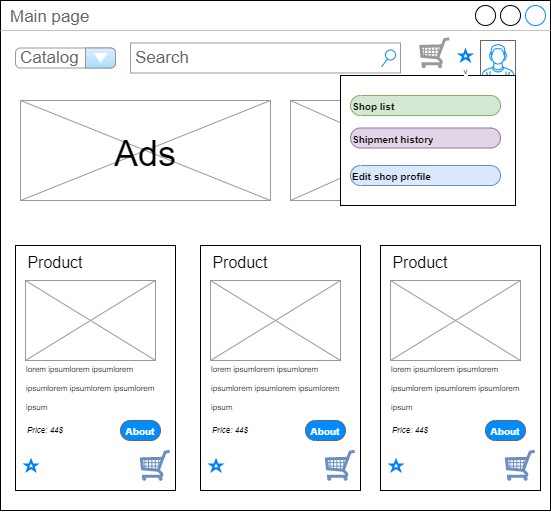
vovanshil95/Web-Project keeps this draw.io diagram as design_stage/design/d19.png. Above is the earlier version. Source tidied: cells renumbered, new cells last; positions are measured from the earlier drawing's top-left corner, leaving out a move shared by most shapes. The source it was exported from:
```xml
<mxGraphModel>
  <root>
    <mxCell id="0" />
    <mxCell id="1" parent="0" />
    <mxCell id="2" value="Main page" style="strokeWidth=1;shadow=0;dashed=0;align=center;html=1;shape=mxgraph.mockup.containers.window;align=left;verticalAlign=top;spacingLeft=8;strokeColor2=#008cff;strokeColor3=#c4c4c4;fontColor=#666666;mainText=;fontSize=17;labelBackgroundColor=none;" parent="1" vertex="1">
      <mxGeometry width="550" height="510" as="geometry" />
    </mxCell>
    <mxCell id="3" value="Search" style="strokeWidth=1;shadow=0;dashed=0;align=center;html=1;shape=mxgraph.mockup.forms.searchBox;strokeColor=#999999;mainText=;strokeColor2=#008cff;fontColor=#666666;fontSize=17;align=left;spacingLeft=3;" parent="1" vertex="1">
      <mxGeometry x="130" y="42.5" width="270" height="30" as="geometry" />
    </mxCell>
    <mxCell id="4" style="verticalLabelPosition=bottom;shadow=0;dashed=0;align=center;html=1;verticalAlign=top;strokeWidth=1;shape=mxgraph.mockup.containers.userMale;strokeColor=#666666;strokeColor2=#008cff;fontSize=10;fontColor=#FFFFFF;" parent="1" vertex="1">
      <mxGeometry x="480" y="40" width="35" height="35" as="geometry" />
    </mxCell>
    <mxCell id="5" style="verticalLabelPosition=bottom;shadow=0;dashed=0;align=center;html=1;verticalAlign=top;strokeWidth=1;shape=mxgraph.mockup.graphics.simpleIcon;strokeColor=#999999;fillColor=#ffffff;fontSize=10;fontColor=#FFFFFF;" parent="1" vertex="1">
      <mxGeometry x="290" y="100" width="225" height="100" as="geometry" />
    </mxCell>
    <mxCell id="6" value="ee" style="verticalLabelPosition=bottom;shadow=0;dashed=0;align=center;html=1;verticalAlign=top;strokeWidth=1;shape=mxgraph.mockup.graphics.simpleIcon;strokeColor=#999999;fillColor=#ffffff;fontSize=10;fontColor=#FFFFFF;" parent="1" vertex="1">
      <mxGeometry x="20" y="100" width="250" height="100" as="geometry" />
    </mxCell>
    <mxCell id="7" value="&lt;font color=&quot;#000000&quot; style=&quot;font-size: 36px&quot;&gt;Ads&lt;/font&gt;" style="text;html=1;strokeColor=none;fillColor=none;align=center;verticalAlign=middle;whiteSpace=wrap;rounded=0;fontSize=10;fontColor=#FFFFFF;" parent="1" vertex="1">
      <mxGeometry x="115" y="137.5" width="60" height="30" as="geometry" />
    </mxCell>
    <mxCell id="8" value="&lt;font color=&quot;#000000&quot; style=&quot;font-size: 36px&quot;&gt;Ads&lt;/font&gt;" style="text;html=1;strokeColor=none;fillColor=none;align=center;verticalAlign=middle;whiteSpace=wrap;rounded=0;fontSize=10;fontColor=#FFFFFF;" parent="1" vertex="1">
      <mxGeometry x="372.5" y="132.5" width="60" height="35" as="geometry" />
    </mxCell>
    <mxCell id="9" style="group;" parent="1" vertex="1">
      <mxGeometry x="15" y="240" width="160" height="250" as="geometry" />
    </mxCell>
    <mxCell id="10" style="rounded=0;whiteSpace=wrap;html=1;fontSize=36;fontColor=#000000;" parent="9" vertex="1">
      <mxGeometry y="5" width="160" height="245" as="geometry" />
    </mxCell>
    <mxCell id="11" value="ee" style="verticalLabelPosition=bottom;shadow=0;dashed=0;align=center;html=1;verticalAlign=top;strokeWidth=1;shape=mxgraph.mockup.graphics.simpleIcon;strokeColor=#999999;fillColor=#ffffff;fontSize=10;fontColor=#FFFFFF;" parent="9" vertex="1">
      <mxGeometry x="10" y="40" width="130" height="80" as="geometry" />
    </mxCell>
    <mxCell id="12" value="&lt;font style=&quot;font-size: 16px&quot;&gt;Product&lt;/font&gt;" style="text;html=1;strokeColor=none;fillColor=none;align=center;verticalAlign=middle;whiteSpace=wrap;rounded=0;fontSize=36;fontColor=#000000;" parent="9" vertex="1">
      <mxGeometry x="10" width="60" height="30" as="geometry" />
    </mxCell>
    <mxCell id="13" value="&lt;div style=&quot;text-align: left&quot;&gt;&lt;span style=&quot;font-size: 8px&quot;&gt;lorem ipsum&lt;/span&gt;&lt;span style=&quot;font-size: 8px&quot;&gt;lorem ipsumlorem ipsumlorem ipsumlorem ipsumlorem ipsum&lt;/span&gt;&lt;/div&gt;" style="text;html=1;strokeColor=none;fillColor=none;align=center;verticalAlign=middle;whiteSpace=wrap;rounded=0;fontSize=16;fontColor=#000000;" parent="9" vertex="1">
      <mxGeometry x="10" y="110" width="150" height="70" as="geometry" />
    </mxCell>
    <mxCell id="14" style="html=1;verticalLabelPosition=bottom;align=center;labelBackgroundColor=#ffffff;verticalAlign=top;strokeWidth=2;strokeColor=#0080F0;shadow=0;dashed=0;shape=mxgraph.ios7.icons.star;fontSize=8;fontColor=#000000;" parent="9" vertex="1">
      <mxGeometry x="10" y="220" width="11.1" height="10" as="geometry" />
    </mxCell>
    <mxCell id="15" style="verticalLabelPosition=bottom;shadow=0;dashed=0;align=center;html=1;verticalAlign=top;strokeWidth=1;shape=mxgraph.mockup.misc.shoppingCart;strokeColor=#6c8ebf;fontSize=10;fillColor=#dae8fc;" parent="9" vertex="1">
      <mxGeometry x="125" y="210" width="30" height="30" as="geometry" />
    </mxCell>
    <mxCell id="16" value="&lt;i&gt;Priсe: 44$&lt;/i&gt;" style="text;html=1;strokeColor=none;fillColor=none;align=left;verticalAlign=middle;whiteSpace=wrap;rounded=0;fontSize=8;fontColor=#000000;" parent="9" vertex="1">
      <mxGeometry x="10" y="180" width="60" height="20" as="geometry" />
    </mxCell>
    <mxCell id="17" value="&lt;font style=&quot;font-size: 10px&quot;&gt;About&lt;/font&gt;" style="strokeWidth=1;shadow=0;dashed=0;align=center;html=1;shape=mxgraph.mockup.buttons.button;strokeColor=#666666;fontColor=#ffffff;mainText=;buttonStyle=round;fontSize=17;fontStyle=1;fillColor=#008cff;whiteSpace=wrap;" parent="9" vertex="1">
      <mxGeometry x="105" y="180" width="40" height="20" as="geometry" />
    </mxCell>
    <mxCell id="18" style="group;" parent="1" vertex="1">
      <mxGeometry x="200" y="240" width="160" height="250" as="geometry" />
    </mxCell>
    <mxCell id="19" style="rounded=0;whiteSpace=wrap;html=1;fontSize=36;fontColor=#000000;" parent="18" vertex="1">
      <mxGeometry y="5" width="160" height="245" as="geometry" />
    </mxCell>
    <mxCell id="20" value="ee" style="verticalLabelPosition=bottom;shadow=0;dashed=0;align=center;html=1;verticalAlign=top;strokeWidth=1;shape=mxgraph.mockup.graphics.simpleIcon;strokeColor=#999999;fillColor=#ffffff;fontSize=10;fontColor=#FFFFFF;" parent="18" vertex="1">
      <mxGeometry x="10" y="40" width="130" height="80" as="geometry" />
    </mxCell>
    <mxCell id="21" value="&lt;font style=&quot;font-size: 16px&quot;&gt;Product&lt;/font&gt;" style="text;html=1;strokeColor=none;fillColor=none;align=center;verticalAlign=middle;whiteSpace=wrap;rounded=0;fontSize=36;fontColor=#000000;" parent="18" vertex="1">
      <mxGeometry x="10" width="60" height="30" as="geometry" />
    </mxCell>
    <mxCell id="22" value="&lt;div style=&quot;text-align: left&quot;&gt;&lt;span style=&quot;font-size: 8px&quot;&gt;lorem ipsum&lt;/span&gt;&lt;span style=&quot;font-size: 8px&quot;&gt;lorem ipsumlorem ipsumlorem ipsumlorem ipsumlorem ipsum&lt;/span&gt;&lt;/div&gt;" style="text;html=1;strokeColor=none;fillColor=none;align=center;verticalAlign=middle;whiteSpace=wrap;rounded=0;fontSize=16;fontColor=#000000;" parent="18" vertex="1">
      <mxGeometry x="10" y="110" width="150" height="70" as="geometry" />
    </mxCell>
    <mxCell id="23" style="html=1;verticalLabelPosition=bottom;align=center;labelBackgroundColor=#ffffff;verticalAlign=top;strokeWidth=2;strokeColor=#0080F0;shadow=0;dashed=0;shape=mxgraph.ios7.icons.star;fontSize=8;fontColor=#000000;" parent="18" vertex="1">
      <mxGeometry x="10" y="220" width="11.1" height="10" as="geometry" />
    </mxCell>
    <mxCell id="24" style="verticalLabelPosition=bottom;shadow=0;dashed=0;align=center;html=1;verticalAlign=top;strokeWidth=1;shape=mxgraph.mockup.misc.shoppingCart;strokeColor=#6c8ebf;fontSize=10;fillColor=#dae8fc;" parent="18" vertex="1">
      <mxGeometry x="125" y="210" width="30" height="30" as="geometry" />
    </mxCell>
    <mxCell id="25" value="&lt;i&gt;Priсe: 44$&lt;/i&gt;" style="text;html=1;strokeColor=none;fillColor=none;align=left;verticalAlign=middle;whiteSpace=wrap;rounded=0;fontSize=8;fontColor=#000000;" parent="18" vertex="1">
      <mxGeometry x="10" y="180" width="60" height="20" as="geometry" />
    </mxCell>
    <mxCell id="26" value="&lt;font style=&quot;font-size: 10px&quot;&gt;About&lt;/font&gt;" style="strokeWidth=1;shadow=0;dashed=0;align=center;html=1;shape=mxgraph.mockup.buttons.button;strokeColor=#666666;fontColor=#ffffff;mainText=;buttonStyle=round;fontSize=17;fontStyle=1;fillColor=#008cff;whiteSpace=wrap;" parent="18" vertex="1">
      <mxGeometry x="105" y="180" width="40" height="20" as="geometry" />
    </mxCell>
    <mxCell id="27" style="group;" parent="1" vertex="1">
      <mxGeometry x="380" y="240" width="160" height="250" as="geometry" />
    </mxCell>
    <mxCell id="28" style="rounded=0;whiteSpace=wrap;html=1;fontSize=36;fontColor=#000000;" parent="27" vertex="1">
      <mxGeometry y="5" width="160" height="245" as="geometry" />
    </mxCell>
    <mxCell id="29" value="ee" style="verticalLabelPosition=bottom;shadow=0;dashed=0;align=center;html=1;verticalAlign=top;strokeWidth=1;shape=mxgraph.mockup.graphics.simpleIcon;strokeColor=#999999;fillColor=#ffffff;fontSize=10;fontColor=#FFFFFF;" parent="27" vertex="1">
      <mxGeometry x="10" y="40" width="130" height="80" as="geometry" />
    </mxCell>
    <mxCell id="30" value="&lt;font style=&quot;font-size: 16px&quot;&gt;Product&lt;/font&gt;" style="text;html=1;strokeColor=none;fillColor=none;align=center;verticalAlign=middle;whiteSpace=wrap;rounded=0;fontSize=36;fontColor=#000000;" parent="27" vertex="1">
      <mxGeometry x="10" width="60" height="30" as="geometry" />
    </mxCell>
    <mxCell id="31" value="&lt;div style=&quot;text-align: left&quot;&gt;&lt;span style=&quot;font-size: 8px&quot;&gt;lorem ipsum&lt;/span&gt;&lt;span style=&quot;font-size: 8px&quot;&gt;lorem ipsumlorem ipsumlorem ipsumlorem ipsumlorem ipsum&lt;/span&gt;&lt;/div&gt;" style="text;html=1;strokeColor=none;fillColor=none;align=center;verticalAlign=middle;whiteSpace=wrap;rounded=0;fontSize=16;fontColor=#000000;" parent="27" vertex="1">
      <mxGeometry x="10" y="110" width="150" height="70" as="geometry" />
    </mxCell>
    <mxCell id="32" style="html=1;verticalLabelPosition=bottom;align=center;labelBackgroundColor=#ffffff;verticalAlign=top;strokeWidth=2;strokeColor=#0080F0;shadow=0;dashed=0;shape=mxgraph.ios7.icons.star;fontSize=8;fontColor=#000000;" parent="27" vertex="1">
      <mxGeometry x="10" y="220" width="11.1" height="10" as="geometry" />
    </mxCell>
    <mxCell id="33" style="verticalLabelPosition=bottom;shadow=0;dashed=0;align=center;html=1;verticalAlign=top;strokeWidth=1;shape=mxgraph.mockup.misc.shoppingCart;strokeColor=#6c8ebf;fontSize=10;fillColor=#dae8fc;" parent="27" vertex="1">
      <mxGeometry x="125" y="210" width="30" height="30" as="geometry" />
    </mxCell>
    <mxCell id="34" value="&lt;i&gt;Priсe: 44$&lt;/i&gt;" style="text;html=1;strokeColor=none;fillColor=none;align=left;verticalAlign=middle;whiteSpace=wrap;rounded=0;fontSize=8;fontColor=#000000;" parent="27" vertex="1">
      <mxGeometry x="10" y="180" width="60" height="20" as="geometry" />
    </mxCell>
    <mxCell id="35" value="&lt;font style=&quot;font-size: 10px&quot;&gt;About&lt;/font&gt;" style="strokeWidth=1;shadow=0;dashed=0;align=center;html=1;shape=mxgraph.mockup.buttons.button;strokeColor=#666666;fontColor=#ffffff;mainText=;buttonStyle=round;fontSize=17;fontStyle=1;fillColor=#008cff;whiteSpace=wrap;" parent="27" vertex="1">
      <mxGeometry x="105" y="180" width="40" height="20" as="geometry" />
    </mxCell>
    <mxCell id="36" value="Catalog" style="strokeWidth=1;shadow=0;dashed=0;align=center;html=1;shape=mxgraph.mockup.forms.comboBox;strokeColor=#999999;fillColor=#ddeeff;align=left;fillColor2=#aaddff;mainText=;fontColor=#666666;fontSize=17;spacingLeft=3;" parent="1" vertex="1">
      <mxGeometry x="15" y="47.5" width="100" height="20" as="geometry" />
    </mxCell>
    <mxCell id="37" value="&lt;font color=&quot;#000000&quot; style=&quot;font-size: 36px&quot;&gt;Ads&lt;/font&gt;" style="text;html=1;strokeColor=none;fillColor=none;align=center;verticalAlign=middle;whiteSpace=wrap;rounded=0;fontSize=10;fontColor=#FFFFFF;" parent="1" vertex="1">
      <mxGeometry x="372.5" y="132.5" width="60" height="35" as="geometry" />
    </mxCell>
    <mxCell id="38" style="rounded=0;whiteSpace=wrap;html=1;fontSize=9;" parent="1" vertex="1">
      <mxGeometry x="340" y="75" width="175" height="130" as="geometry" />
    </mxCell>
    <mxCell id="39" value="&lt;span style=&quot;font-size: 10px&quot;&gt;Shop list&lt;/span&gt;" style="strokeWidth=1;shadow=0;dashed=0;align=left;html=1;shape=mxgraph.mockup.buttons.button;strokeColor=#82b366;mainText=;buttonStyle=round;fontSize=17;fontStyle=1;fillColor=#d5e8d4;whiteSpace=wrap;" parent="1" vertex="1">
      <mxGeometry x="350" y="95" width="150" height="20" as="geometry" />
    </mxCell>
    <mxCell id="40" value="&lt;font style=&quot;font-size: 10px&quot;&gt;Shipment history&lt;/font&gt;" style="strokeWidth=1;shadow=0;dashed=0;align=left;html=1;shape=mxgraph.mockup.buttons.button;strokeColor=#9673a6;mainText=;buttonStyle=round;fontSize=17;fontStyle=1;fillColor=#e1d5e7;whiteSpace=wrap;" parent="1" vertex="1">
      <mxGeometry x="350" y="127.5" width="150" height="20" as="geometry" />
    </mxCell>
    <mxCell id="41" value="&lt;font style=&quot;font-size: 10px&quot;&gt;Edit shop profile&lt;/font&gt;" style="strokeWidth=1;shadow=0;dashed=0;align=left;html=1;shape=mxgraph.mockup.buttons.button;strokeColor=#6c8ebf;mainText=;buttonStyle=round;fontSize=17;fontStyle=1;fillColor=#dae8fc;whiteSpace=wrap;" parent="1" vertex="1">
      <mxGeometry x="350" y="165" width="150" height="20" as="geometry" />
    </mxCell>
    <mxCell id="42" style="verticalLabelPosition=bottom;shadow=0;dashed=0;align=center;html=1;verticalAlign=top;strokeWidth=1;shape=mxgraph.mockup.misc.shoppingCart;strokeColor=#999999;fontSize=10;fontColor=#FFFFFF;" parent="1" vertex="1">
      <mxGeometry x="419.4" y="37.5" width="30" height="30" as="geometry" />
    </mxCell>
    <mxCell id="43" value="v" style="html=1;verticalLabelPosition=bottom;align=center;labelBackgroundColor=#ffffff;verticalAlign=top;strokeWidth=2;strokeColor=#0080F0;shadow=0;dashed=0;shape=mxgraph.ios7.icons.star;fontSize=8;fontColor=#000000;" parent="1" vertex="1">
      <mxGeometry x="459.4" y="50" width="11.1" height="10" as="geometry" />
    </mxCell>
  </root>
</mxGraphModel>
```
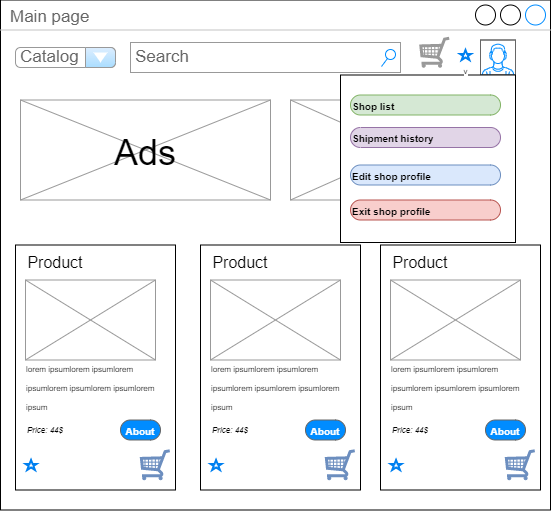
The same file after the commit.

Diff of the diagram source:
```diff
@@ -111,7 +111,7 @@
       <mxGeometry x="372.5" y="132.5" width="60" height="35" as="geometry" />
     </mxCell>
     <mxCell id="38" style="rounded=0;whiteSpace=wrap;html=1;fontSize=9;" parent="1" vertex="1">
-      <mxGeometry x="340" y="75" width="175" height="130" as="geometry" />
+      <mxGeometry x="340" y="75" width="175" height="167.5" as="geometry" />
     </mxCell>
     <mxCell id="39" value="&lt;span style=&quot;font-size: 10px&quot;&gt;Shop list&lt;/span&gt;" style="strokeWidth=1;shadow=0;dashed=0;align=left;html=1;shape=mxgraph.mockup.buttons.button;strokeColor=#82b366;mainText=;buttonStyle=round;fontSize=17;fontStyle=1;fillColor=#d5e8d4;whiteSpace=wrap;" parent="1" vertex="1">
       <mxGeometry x="350" y="95" width="150" height="20" as="geometry" />
@@ -128,5 +128,8 @@
     <mxCell id="43" value="v" style="html=1;verticalLabelPosition=bottom;align=center;labelBackgroundColor=#ffffff;verticalAlign=top;strokeWidth=2;strokeColor=#0080F0;shadow=0;dashed=0;shape=mxgraph.ios7.icons.star;fontSize=8;fontColor=#000000;" parent="1" vertex="1">
       <mxGeometry x="459.4" y="50" width="11.1" height="10" as="geometry" />
     </mxCell>
+    <mxCell id="44" value="&lt;font style=&quot;font-size: 10px&quot;&gt;Exit shop profile&lt;/font&gt;" style="strokeWidth=1;shadow=0;dashed=0;align=left;html=1;shape=mxgraph.mockup.buttons.button;strokeColor=#b85450;mainText=;buttonStyle=round;fontSize=17;fontStyle=1;fillColor=#f8cecc;whiteSpace=wrap;" parent="1" vertex="1">
+      <mxGeometry x="350" y="200" width="150" height="20" as="geometry" />
+    </mxCell>
   </root>
 </mxGraphModel>
```
